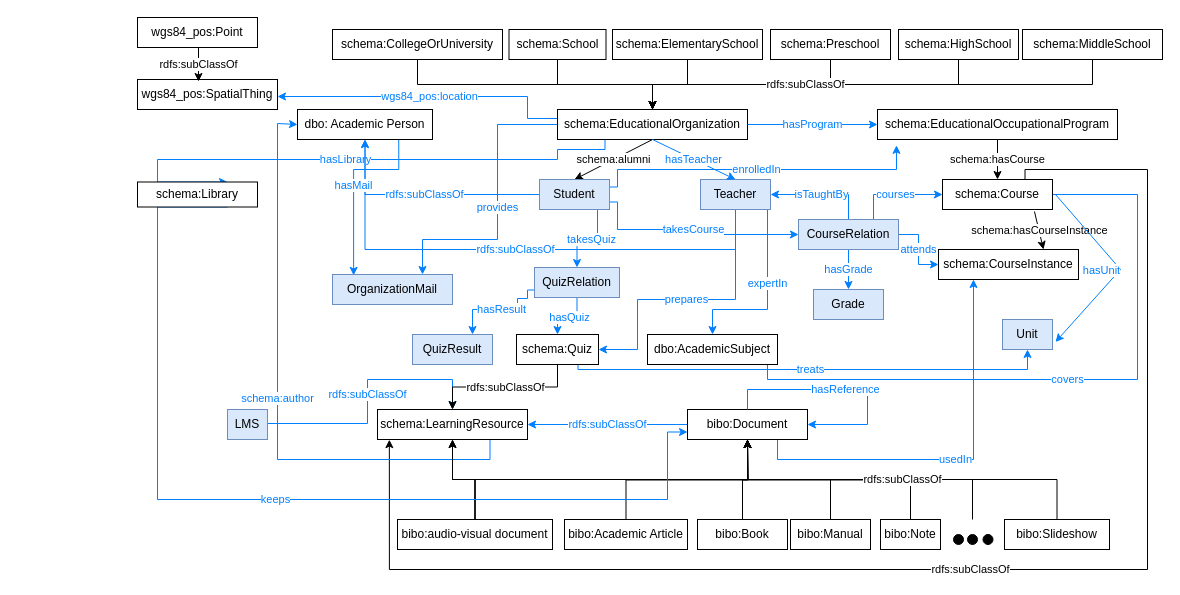
Above: ontology/diagram/class_diagram.drawio in javiegal/education-ontology (draw.io), before the change. Source tidied: cells renumbered, new cells numbered last; positions are measured from the earlier drawing's top-left corner, leaving out a move shared by most shapes. Both pictures are drawn from the tidied source at 100%, with x=0, y=0 at pixel (137, 17).
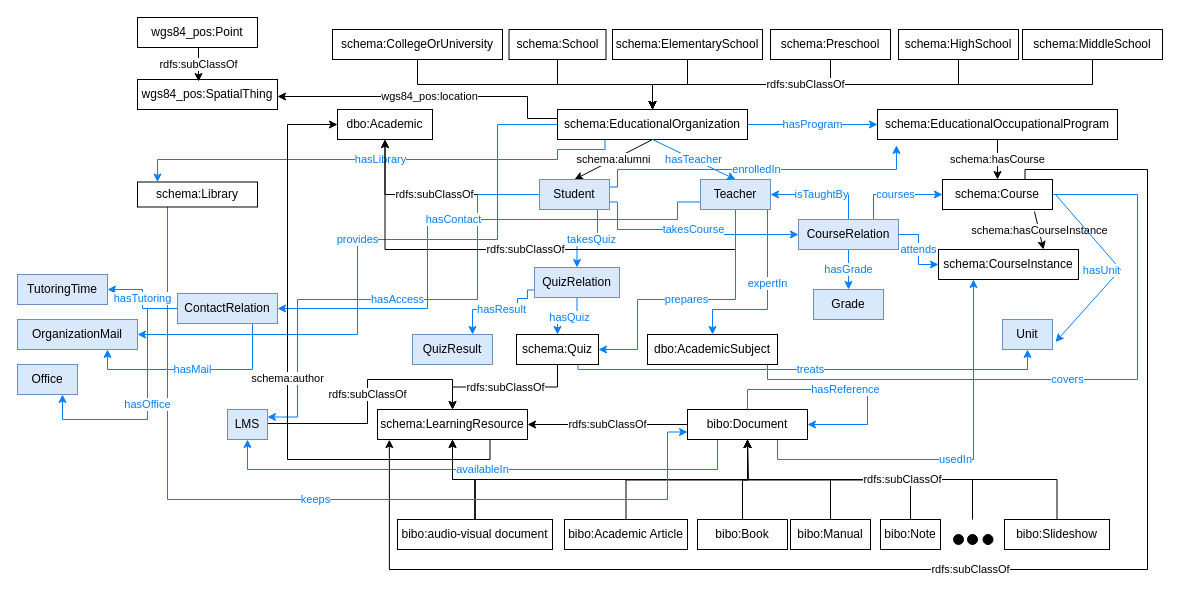
After the change.

The change refers to these unchanged cells:
```xml
<mxCell id="5" value="schema:EducationalOrganization" style="rounded=0;whiteSpace=wrap;html=1;" parent="1" vertex="1">
  <mxGeometry x="420" y="92" width="190" height="30" as="geometry" />
</mxCell>
<mxCell id="21" value="Student" style="rounded=0;whiteSpace=wrap;html=1;fillColor=#dae8fc;strokeColor=#6c8ebf;" parent="1" vertex="1">
  <mxGeometry x="402" y="162" width="70" height="30" as="geometry" />
</mxCell>
<mxCell id="25" value="Teacher" style="rounded=0;whiteSpace=wrap;html=1;fillColor=#dae8fc;strokeColor=#6c8ebf;" parent="1" vertex="1">
  <mxGeometry x="563" y="162" width="70" height="30" as="geometry" />
</mxCell>
<mxCell id="30" value="bibo:Document" style="rounded=0;whiteSpace=wrap;html=1;fillColor=#ffffff;strokeColor=#000000;" parent="1" vertex="1">
  <mxGeometry x="550" y="392" width="120" height="30" as="geometry" />
</mxCell>
<mxCell id="31" value="schema:LearningResource" style="rounded=0;whiteSpace=wrap;html=1;" parent="1" vertex="1">
  <mxGeometry x="240" y="392" width="150" height="30" as="geometry" />
</mxCell>
<mxCell id="33" value="LMS" style="rounded=0;whiteSpace=wrap;html=1;fillColor=#dae8fc;strokeColor=#6c8ebf;" parent="1" vertex="1">
  <mxGeometry x="90" y="392" width="40" height="30" as="geometry" />
</mxCell>
<mxCell id="75" value="wgs84_pos:SpatialThing" style="rounded=0;whiteSpace=wrap;html=1;fontColor=#000000;" parent="1" vertex="1">
  <mxGeometry y="62" width="140" height="30" as="geometry" />
</mxCell>
<mxCell id="79" value="schema:Library" style="rounded=0;whiteSpace=wrap;html=1;fontColor=#000000;" parent="1" vertex="1">
  <mxGeometry y="164.5" width="120" height="25" as="geometry" />
</mxCell>
```

The edit, as a diff of the source:
```diff
@@
-    <mxCell id="2" value="provides" style="edgeStyle=orthogonalEdgeStyle;rounded=0;jettySize=auto;html=1;exitX=0;exitY=0.5;exitDx=0;exitDy=0;entryX=0.75;entryY=0;entryDx=0;entryDy=0;strokeColor=#007FFF;fontColor=#007FFF;" parent="1" edge="1" source="5" target="70">
+    <mxCell id="2" value="provides" style="edgeStyle=orthogonalEdgeStyle;rounded=0;jettySize=auto;html=1;exitX=0;exitY=0.5;exitDx=0;exitDy=0;entryX=1;entryY=0.5;entryDx=0;entryDy=0;strokeColor=#007FFF;fontColor=#007FFF;" parent="1" edge="1" source="5" target="70">
       <mxGeometry relative="1" as="geometry">
         <Array as="points">
           <mxPoint x="360" y="107" />
           <mxPoint x="360" y="222" />
-          <mxPoint x="285" y="222" />
+          <mxPoint x="220" y="222" />
+          <mxPoint x="220" y="317" />
         </Array>
       </mxGeometry>
     </mxCell>
-    <mxCell id="3" value="wgs84_pos:location" style="edgeStyle=orthogonalEdgeStyle;rounded=0;jettySize=auto;html=1;exitX=0;exitY=0.25;exitDx=0;exitDy=0;strokeColor=#007FFF;fontColor=#007FFF;" parent="1" edge="1" source="5" target="75">
+    <mxCell id="3" value="wgs84_pos:location" style="edgeStyle=orthogonalEdgeStyle;rounded=0;jettySize=auto;html=1;exitX=0;exitY=0.25;exitDx=0;exitDy=0;strokeColor=#000000;fontColor=#000000;" parent="1" edge="1" source="5" target="75">
       <mxGeometry relative="1" as="geometry">
         <Array as="points">
           <mxPoint x="420" y="101" />
           <mxPoint x="390" y="101" />
           <mxPoint x="390" y="79" />
         </Array>
       </mxGeometry>
     </mxCell>
-    <mxCell id="4" value="hasLibrary" style="edgeStyle=orthogonalEdgeStyle;rounded=0;jettySize=auto;html=1;exitX=0.25;exitY=1;exitDx=0;exitDy=0;strokeColor=#007FFF;fontColor=#007FFF;entryX=0.75;entryY=0;entryDx=0;entryDy=0;" parent="1" edge="1" source="5" target="79">
+    <mxCell id="4" value="hasLibrary" style="edgeStyle=orthogonalEdgeStyle;rounded=0;jettySize=auto;html=1;exitX=0.25;exitY=1;exitDx=0;exitDy=0;strokeColor=#007FFF;fontColor=#007FFF;" parent="1" edge="1" source="5" target="79">
       <mxGeometry relative="1" as="geometry">
         <Array as="points">
           <mxPoint x="468" y="132" />
           <mxPoint x="420" y="132" />
           <mxPoint x="420" y="142" />
           <mxPoint x="20" y="142" />
         </Array>
       </mxGeometry>
     </mxCell>
@@
-    <mxCell id="17" value="rdfs:subClassOf" style="edgeStyle=orthogonalEdgeStyle;rounded=0;jettySize=auto;html=1;exitX=0;exitY=0.5;exitDx=0;exitDy=0;entryX=0.5;entryY=1;entryDx=0;entryDy=0;fontColor=#007FFF;strokeColor=#007FFF;" parent="1" edge="1" source="21" target="47">
+    <mxCell id="17" value="rdfs:subClassOf" style="edgeStyle=orthogonalEdgeStyle;rounded=0;jettySize=auto;html=1;exitX=0;exitY=0.5;exitDx=0;exitDy=0;entryX=0.5;entryY=1;entryDx=0;entryDy=0;fontColor=#000000;strokeColor=#000000;" parent="1" edge="1" source="21" target="47">
       <mxGeometry relative="1" as="geometry" />
     </mxCell>
@@
+    <mxCell id="87" value="hasAccess" style="edgeStyle=orthogonalEdgeStyle;rounded=0;jettySize=auto;html=1;exitX=0;exitY=0.5;exitDx=0;exitDy=0;entryX=1;entryY=0.25;entryDx=0;entryDy=0;fontColor=#007FFF;strokeColor=#007FFF;" parent="1" edge="1" source="21" target="33">
+      <mxGeometry relative="1" as="geometry">
+        <Array as="points">
+          <mxPoint x="340" y="177" />
+          <mxPoint x="340" y="282" />
+          <mxPoint x="160" y="282" />
+          <mxPoint x="160" y="400" />
+        </Array>
+      </mxGeometry>
+    </mxCell>
@@
-    <mxCell id="22" value="rdfs:subClassOf" style="edgeStyle=orthogonalEdgeStyle;rounded=0;jettySize=auto;html=1;exitX=0.5;exitY=1;exitDx=0;exitDy=0;entryX=0.5;entryY=1;entryDx=0;entryDy=0;fontColor=#007FFF;strokeColor=#007FFF;" parent="1" edge="1" source="25" target="47">
+    <mxCell id="22" value="rdfs:subClassOf" style="edgeStyle=orthogonalEdgeStyle;rounded=0;jettySize=auto;html=1;exitX=0.5;exitY=1;exitDx=0;exitDy=0;entryX=0.5;entryY=1;entryDx=0;entryDy=0;fontColor=#000000;strokeColor=#000000;" parent="1" edge="1" source="25" target="47">
       <mxGeometry relative="1" as="geometry">
         <Array as="points">
           <mxPoint x="598" y="232" />
-          <mxPoint x="228" y="232" />
+          <mxPoint x="248" y="232" />
         </Array>
       </mxGeometry>
     </mxCell>
@@
+    <mxCell id="88" value="hasContact" style="edgeStyle=orthogonalEdgeStyle;rounded=0;jettySize=auto;html=1;exitX=0;exitY=0.75;exitDx=0;exitDy=0;entryX=1;entryY=0.5;entryDx=0;entryDy=0;fontColor=#007FFF;strokeColor=#007FFF;" parent="1" edge="1" source="25" target="92">
+      <mxGeometry relative="1" as="geometry">
+        <Array as="points">
+          <mxPoint x="540" y="185" />
+          <mxPoint x="540" y="202" />
+          <mxPoint x="290" y="202" />
+          <mxPoint x="290" y="291" />
+        </Array>
+      </mxGeometry>
+    </mxCell>
@@
-    <mxCell id="27" value="rdfs:subClassOf" style="edgeStyle=orthogonalEdgeStyle;rounded=0;jettySize=auto;html=1;exitX=0;exitY=0.5;exitDx=0;exitDy=0;entryX=1;entryY=0.5;entryDx=0;entryDy=0;fontColor=#007FFF;strokeColor=#007FFF;" parent="1" edge="1" source="30" target="31">
+    <mxCell id="27" value="rdfs:subClassOf" style="edgeStyle=orthogonalEdgeStyle;rounded=0;jettySize=auto;html=1;exitX=0;exitY=0.5;exitDx=0;exitDy=0;entryX=1;entryY=0.5;entryDx=0;entryDy=0;fontColor=#000000;strokeColor=#000000;" parent="1" edge="1" source="30" target="31">
       <mxGeometry relative="1" as="geometry" />
     </mxCell>
@@
-    <mxCell id="29" value="&lt;div&gt;schema:author&lt;/div&gt;" style="edgeStyle=orthogonalEdgeStyle;rounded=0;jettySize=auto;html=1;exitX=0.75;exitY=1;exitDx=0;exitDy=0;strokeColor=#007FFF;fontColor=#007FFF;entryX=0;entryY=0.5;entryDx=0;entryDy=0;" parent="1" edge="1" source="31" target="47">
+    <mxCell id="29" value="&lt;div&gt;schema:author&lt;/div&gt;" style="edgeStyle=orthogonalEdgeStyle;rounded=0;jettySize=auto;html=1;exitX=0.75;exitY=1;exitDx=0;exitDy=0;strokeColor=#000000;fontColor=#000000;entryX=0;entryY=0.5;entryDx=0;entryDy=0;" parent="1" edge="1" source="31" target="47">
       <mxGeometry relative="1" as="geometry">
         <Array as="points">
-          <mxPoint x="352" y="442" />
-          <mxPoint x="140" y="442" />
-          <mxPoint x="140" y="106" />
+          <mxPoint x="353" y="442" />
+          <mxPoint x="150" y="442" />
+          <mxPoint x="150" y="107" />
         </Array>
       </mxGeometry>
     </mxCell>
+    <mxCell id="89" value="availableIn" style="edgeStyle=orthogonalEdgeStyle;rounded=0;jettySize=auto;html=1;exitX=0.25;exitY=1;exitDx=0;exitDy=0;entryX=0.5;entryY=1;entryDx=0;entryDy=0;fontColor=#007FFF;strokeColor=#007FFF;" parent="1" edge="1" source="30" target="33">
+      <mxGeometry relative="1" as="geometry">
+        <Array as="points">
+          <mxPoint x="580" y="452" />
+          <mxPoint x="110" y="452" />
+        </Array>
+      </mxGeometry>
+    </mxCell>
@@
-    <mxCell id="32" value="rdfs:subClassOf" style="edgeStyle=orthogonalEdgeStyle;rounded=0;jettySize=auto;html=1;exitX=1;exitY=0.5;exitDx=0;exitDy=0;entryX=0.5;entryY=0;entryDx=0;entryDy=0;fontColor=#007FFF;strokeColor=#007FFF;" parent="1" edge="1" source="33" target="31">
+    <mxCell id="32" value="rdfs:subClassOf" style="edgeStyle=orthogonalEdgeStyle;rounded=0;jettySize=auto;html=1;exitX=1;exitY=0.5;exitDx=0;exitDy=0;entryX=0.5;entryY=0;entryDx=0;entryDy=0;fontColor=#000000;strokeColor=#000000;" parent="1" edge="1" source="33" target="31">
       <mxGeometry relative="1" as="geometry">
         <Array as="points">
           <mxPoint x="230" y="406" />
           <mxPoint x="230" y="362" />
           <mxPoint x="315" y="362" />
         </Array>
       </mxGeometry>
     </mxCell>
@@
-    <mxCell id="46" value="hasMail" style="edgeStyle=orthogonalEdgeStyle;rounded=0;jettySize=auto;html=1;exitX=0.75;exitY=1;exitDx=0;exitDy=0;entryX=0.176;entryY=0.029;entryDx=0;entryDy=0;entryPerimeter=0;fontSize=11;fontColor=#007FFF;strokeColor=#007FFF;" parent="1" edge="1" source="47" target="70">
-      <mxGeometry relative="1" as="geometry">
-        <Array as="points">
-          <mxPoint x="262" y="152" />
-          <mxPoint x="216" y="152" />
-        </Array>
-      </mxGeometry>
-    </mxCell>
-    <mxCell id="47" value="&lt;div&gt;dbo: Academic Person&lt;/div&gt;" style="rounded=0;whiteSpace=wrap;html=1;" parent="1" vertex="1">
-      <mxGeometry x="160" y="92" width="135" height="30" as="geometry" />
+    <mxCell id="47" value="dbo:Academic" style="rounded=0;whiteSpace=wrap;html=1;" parent="1" vertex="1">
+      <mxGeometry x="200" y="92" width="95" height="30" as="geometry" />
     </mxCell>
@@
     <mxCell id="70" value="OrganizationMail" style="rounded=0;whiteSpace=wrap;html=1;fontColor=#000000;strokeColor=#6c8ebf;fillColor=#dae8fc;" parent="1" vertex="1">
-      <mxGeometry x="195" y="257" width="120" height="30" as="geometry" />
+      <mxGeometry x="-120" y="302" width="120" height="30" as="geometry" />
     </mxCell>
@@
-    <mxCell id="78" value="keeps" style="edgeStyle=orthogonalEdgeStyle;rounded=0;jettySize=auto;html=1;exitX=0.75;exitY=1;exitDx=0;exitDy=0;entryX=0;entryY=0.75;entryDx=0;entryDy=0;strokeColor=#007FFF;fontColor=#007FFF;" parent="1" edge="1" source="79" target="30">
+    <mxCell id="78" value="keeps" style="edgeStyle=orthogonalEdgeStyle;rounded=0;jettySize=auto;html=1;entryX=0;entryY=0.75;entryDx=0;entryDy=0;strokeColor=#007FFF;fontColor=#007FFF;exitX=0.25;exitY=1;exitDx=0;exitDy=0;" parent="1" edge="1" source="79" target="30">
       <mxGeometry relative="1" as="geometry">
         <Array as="points">
-          <mxPoint x="20" y="482" />
+          <mxPoint x="30" y="482" />
           <mxPoint x="530" y="482" />
           <mxPoint x="530" y="415" />
         </Array>
       </mxGeometry>
     </mxCell>
@@
+    <mxCell id="90" value="hasTutoring" style="edgeStyle=orthogonalEdgeStyle;rounded=0;jettySize=auto;html=1;exitX=0;exitY=0.5;exitDx=0;exitDy=0;entryX=1;entryY=0.5;entryDx=0;entryDy=0;fontColor=#007FFF;strokeColor=#007FFF;" parent="1" edge="1" source="92" target="94">
+      <mxGeometry relative="1" as="geometry" />
+    </mxCell>
+    <mxCell id="91" value="hasOffice" style="edgeStyle=orthogonalEdgeStyle;rounded=0;jettySize=auto;html=1;exitX=0;exitY=0.5;exitDx=0;exitDy=0;entryX=0.75;entryY=1;entryDx=0;entryDy=0;fontColor=#007FFF;strokeColor=#007FFF;" parent="1" edge="1" source="92" target="93">
+      <mxGeometry relative="1" as="geometry">
+        <Array as="points">
+          <mxPoint x="10" y="291" />
+          <mxPoint x="10" y="402" />
+          <mxPoint x="-75" y="402" />
+        </Array>
+      </mxGeometry>
+    </mxCell>
+    <mxCell id="46" value="hasMail" style="edgeStyle=orthogonalEdgeStyle;rounded=0;jettySize=auto;html=1;exitX=0.75;exitY=1;exitDx=0;exitDy=0;entryX=0.75;entryY=1;entryDx=0;entryDy=0;fontColor=#007FFF;strokeColor=#007FFF;" parent="1" edge="1" source="92" target="70">
+      <mxGeometry relative="1" as="geometry">
+        <Array as="points">
+          <mxPoint x="115" y="352" />
+          <mxPoint x="-30" y="352" />
+        </Array>
+      </mxGeometry>
+    </mxCell>
+    <mxCell id="92" value="ContactRelation" style="rounded=0;whiteSpace=wrap;html=1;strokeColor=#6c8ebf;fillColor=#dae8fc;" parent="1" vertex="1">
+      <mxGeometry x="40" y="276" width="100" height="30" as="geometry" />
+    </mxCell>
+    <mxCell id="93" value="Office" style="rounded=0;whiteSpace=wrap;html=1;strokeColor=#6c8ebf;fillColor=#dae8fc;" parent="1" vertex="1">
+      <mxGeometry x="-120" y="347" width="60" height="30" as="geometry" />
+    </mxCell>
+    <mxCell id="94" value="TutoringTime" style="rounded=0;whiteSpace=wrap;html=1;strokeColor=#6c8ebf;fillColor=#dae8fc;" parent="1" vertex="1">
+      <mxGeometry x="-120" y="257" width="90" height="30" as="geometry" />
+    </mxCell>
```
